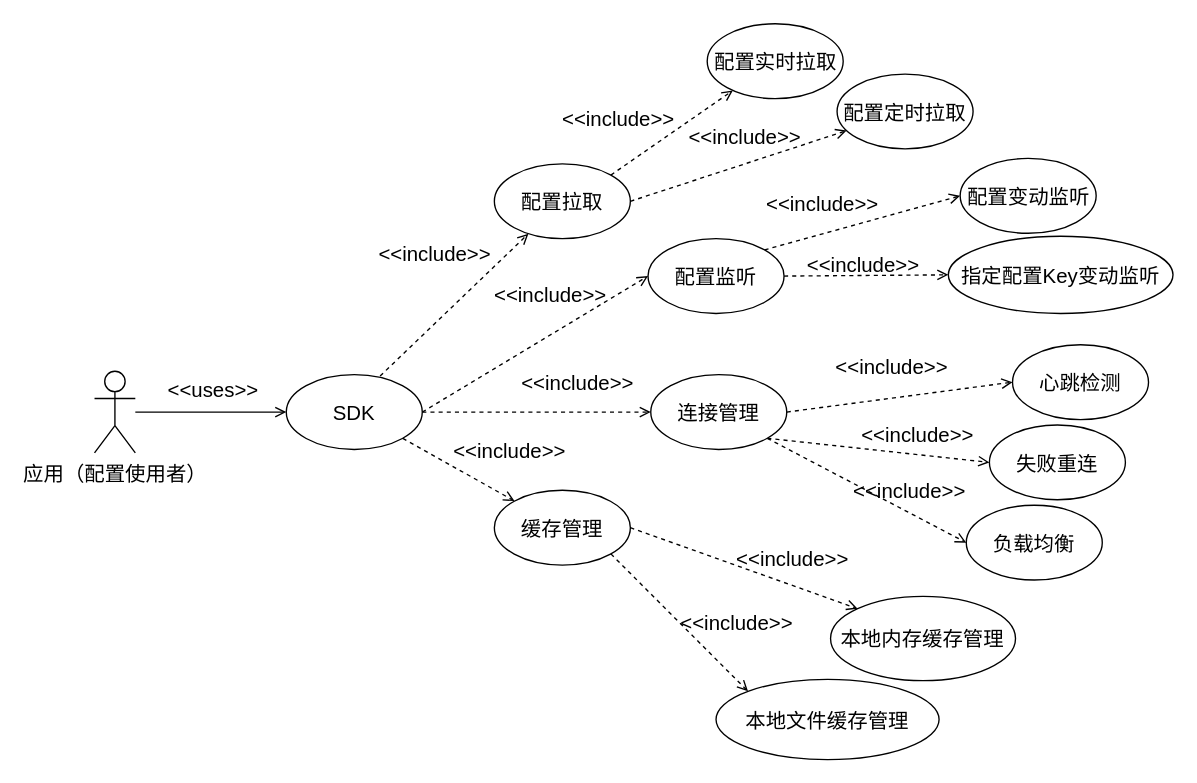
The draw.io diagram page "客户端 用例" (10 of 10) of 泳道图.drawio in WWj5921/ConfigCenter, before the edit. Source tidied: cells renumbered, new cells numbered last; positions are measured from the earlier drawing's top-left corner, leaving out a move shared by most shapes. Both pictures are drawn from the tidied source at 136%, with x=0, y=0 at pixel (94, 23).
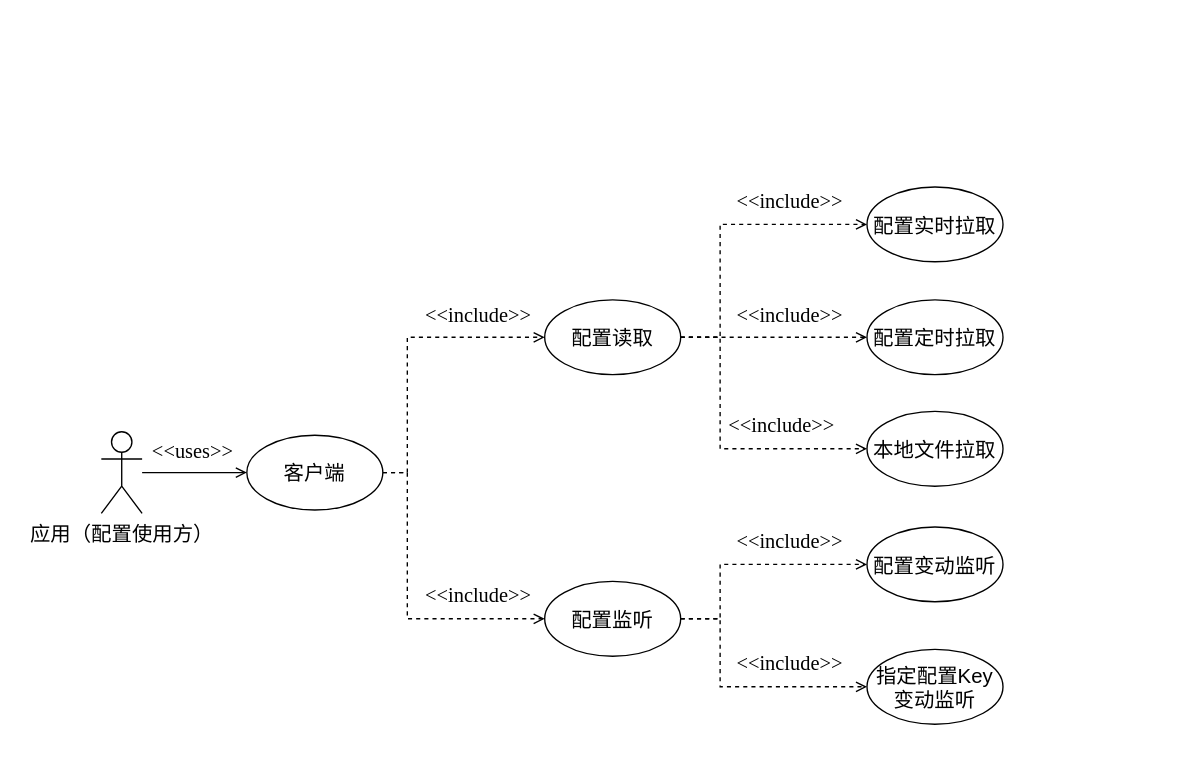
After the change.

The edit, as a diff of the source:
```diff
@@
-    <mxCell id="2" style="edgeStyle=none;rounded=0;jettySize=auto;html=1;entryX=0;entryY=0.5;entryDx=0;entryDy=0;fontSize=15;startArrow=none;startFill=0;endArrow=open;endFill=0;endSize=6;strokeWidth=1;" parent="1" edge="1" source="3" target="8">
+    <mxCell id="2" style="edgeStyle=none;rounded=0;jettySize=auto;html=1;entryX=0;entryY=0.5;entryDx=0;entryDy=0;fontSize=15;startArrow=none;startFill=0;endArrow=open;endFill=0;endSize=6;strokeWidth=1;fontFamily=华文宋体;" parent="1" edge="1" source="3" target="8">
       <mxGeometry relative="1" as="geometry" />
     </mxCell>
-    <mxCell id="3" value="应用（配置使用者）" style="shape=umlActor;verticalLabelPosition=bottom;verticalAlign=top;html=1;fontSize=15;fontColor=#000000;" parent="1" vertex="1">
-      <mxGeometry y="255.5" width="30" height="60" as="geometry" />
+    <mxCell id="3" value="应用（配置使用方）" style="shape=umlActor;verticalLabelPosition=bottom;verticalAlign=top;html=1;fontSize=15;fontColor=#000000;fontFamily=华文宋体;" parent="1" vertex="1">
+      <mxGeometry x="5" y="300" width="30" height="60" as="geometry" />
     </mxCell>
-    <mxCell id="4" style="rounded=0;jettySize=auto;html=1;exitX=0.69;exitY=0.018;exitDx=0;exitDy=0;endArrow=open;endFill=0;dashed=1;exitPerimeter=0;fontSize=15;" parent="1" edge="1" source="8" target="12">
-      <mxGeometry relative="1" as="geometry" />
+    <mxCell id="4" style="edgeStyle=orthogonalEdgeStyle;rounded=0;jettySize=auto;html=1;exitX=1;exitY=0.5;exitDx=0;exitDy=0;entryX=0;entryY=0.5;entryDx=0;entryDy=0;dashed=1;fontFamily=华文宋体;fontSize=15;fontColor=none;endArrow=open;endFill=0;startSize=0;" parent="1" edge="1" source="8" target="12">
+      <mxGeometry relative="1" as="geometry">
+        <Array as="points">
+          <mxPoint x="230" y="330" />
+          <mxPoint x="230" y="231" />
+        </Array>
+      </mxGeometry>
     </mxCell>
-    <mxCell id="5" style="edgeStyle=none;rounded=0;jettySize=auto;html=1;exitX=1;exitY=0.5;exitDx=0;exitDy=0;entryX=0;entryY=0.5;entryDx=0;entryDy=0;dashed=1;endArrow=open;endFill=0;fontSize=15;" parent="1" edge="1" source="8" target="15">
-      <mxGeometry relative="1" as="geometry" />
+    <mxCell id="5" style="edgeStyle=orthogonalEdgeStyle;rounded=0;jettySize=auto;html=1;exitX=1;exitY=0.5;exitDx=0;exitDy=0;entryX=0;entryY=0.5;entryDx=0;entryDy=0;dashed=1;fontFamily=华文宋体;fontSize=15;fontColor=none;endArrow=open;endFill=0;startSize=0;" parent="1" edge="1" source="8" target="15">
+      <mxGeometry relative="1" as="geometry">
+        <Array as="points">
+          <mxPoint x="230" y="330" />
+          <mxPoint x="230" y="438" />
+        </Array>
+      </mxGeometry>
     </mxCell>
-    <mxCell id="6" style="edgeStyle=none;rounded=0;jettySize=auto;html=1;exitX=1;exitY=0.5;exitDx=0;exitDy=0;entryX=0;entryY=0.5;entryDx=0;entryDy=0;dashed=1;endArrow=open;endFill=0;fontSize=15;" parent="1" edge="1" source="8" target="19">
-      <mxGeometry relative="1" as="geometry" />
-    </mxCell>
-    <mxCell id="7" style="edgeStyle=none;rounded=0;jettySize=auto;html=1;exitX=1;exitY=1;exitDx=0;exitDy=0;dashed=1;endArrow=open;endFill=0;fontSize=15;" parent="1" edge="1" source="8" target="22">
-      <mxGeometry relative="1" as="geometry" />
-    </mxCell>
-    <mxCell id="8" value="SDK" style="ellipse;whiteSpace=wrap;html=1;fontSize=15;" parent="1" vertex="1">
-      <mxGeometry x="141" y="258" width="100" height="55" as="geometry" />
+    <mxCell id="8" value="客户端" style="ellipse;whiteSpace=wrap;html=1;fontSize=15;fontFamily=华文宋体;" parent="1" vertex="1">
+      <mxGeometry x="112" y="302.5" width="100" height="55" as="geometry" />
     </mxCell>
-    <mxCell id="9" value="&amp;lt;&amp;lt;uses&amp;gt;&amp;gt;" style="text;html=1;align=center;verticalAlign=middle;strokeColor=none;fillColor=none;fontSize=15;" parent="1" vertex="1">
-      <mxGeometry x="48" y="258" width="77" height="22" as="geometry" />
+    <mxCell id="9" value="&lt;font face=&quot;Times New Roman&quot;&gt;&amp;lt;&amp;lt;uses&amp;gt;&amp;gt;&lt;/font&gt;" style="text;html=1;align=center;verticalAlign=middle;strokeColor=none;fillColor=none;fontSize=15;fontFamily=华文宋体;" parent="1" vertex="1">
+      <mxGeometry x="32" y="303.5" width="80" height="20" as="geometry" />
     </mxCell>
-    <mxCell id="10" style="edgeStyle=none;rounded=0;jettySize=auto;html=1;exitX=1;exitY=0;exitDx=0;exitDy=0;dashed=1;fontSize=15;startArrow=none;startFill=0;endArrow=open;endFill=0;endSize=6;strokeWidth=1;" parent="1" edge="1" source="12" target="27">
-      <mxGeometry relative="1" as="geometry" />
+    <mxCell id="10" style="edgeStyle=orthogonalEdgeStyle;rounded=0;jettySize=auto;html=1;exitX=1;exitY=0.5;exitDx=0;exitDy=0;entryX=0;entryY=0.5;entryDx=0;entryDy=0;dashed=1;fontFamily=华文宋体;fontSize=15;fontColor=none;endArrow=open;endFill=0;startSize=0;" parent="1" edge="1" source="12" target="27">
+      <mxGeometry relative="1" as="geometry">
+        <Array as="points">
+          <mxPoint x="460" y="231" />
+          <mxPoint x="460" y="148" />
+        </Array>
+      </mxGeometry>
     </mxCell>
-    <mxCell id="11" style="edgeStyle=none;rounded=0;jettySize=auto;html=1;exitX=1;exitY=0.5;exitDx=0;exitDy=0;dashed=1;fontSize=15;startArrow=none;startFill=0;endArrow=open;endFill=0;endSize=6;strokeWidth=1;" parent="1" edge="1" source="12" target="28">
+    <mxCell id="11" style="edgeStyle=orthogonalEdgeStyle;rounded=0;jettySize=auto;html=1;exitX=1;exitY=0.5;exitDx=0;exitDy=0;dashed=1;fontFamily=华文宋体;fontSize=15;fontColor=none;endArrow=open;endFill=0;startSize=0;" parent="1" edge="1" source="12" target="28">
       <mxGeometry relative="1" as="geometry" />
     </mxCell>
+    <mxCell id="45" style="edgeStyle=orthogonalEdgeStyle;rounded=0;jettySize=auto;html=1;exitX=1;exitY=0.5;exitDx=0;exitDy=0;entryX=0;entryY=0.5;entryDx=0;entryDy=0;dashed=1;fontFamily=华文宋体;fontSize=15;fontColor=none;endArrow=open;endFill=0;startSize=0;" parent="1" edge="1" source="12" target="46">
+      <mxGeometry relative="1" as="geometry">
+        <Array as="points">
+          <mxPoint x="460" y="231" />
+          <mxPoint x="460" y="313" />
+        </Array>
+      </mxGeometry>
+    </mxCell>
-    <mxCell id="12" value="配置拉取" style="ellipse;whiteSpace=wrap;html=1;fontSize=15;" parent="1" vertex="1">
-      <mxGeometry x="294" y="103" width="100" height="55" as="geometry" />
+    <mxCell id="12" value="配置读取" style="ellipse;whiteSpace=wrap;html=1;fontSize=15;fontFamily=华文宋体;" parent="1" vertex="1">
+      <mxGeometry x="331" y="203" width="100" height="55" as="geometry" />
     </mxCell>
-    <mxCell id="13" style="edgeStyle=none;rounded=0;jettySize=auto;html=1;exitX=1;exitY=0;exitDx=0;exitDy=0;entryX=0;entryY=0.5;entryDx=0;entryDy=0;dashed=1;fontSize=15;startArrow=none;startFill=0;endArrow=open;endFill=0;endSize=6;strokeWidth=1;" parent="1" edge="1" source="15" target="31">
-      <mxGeometry relative="1" as="geometry" />
+    <mxCell id="13" style="edgeStyle=orthogonalEdgeStyle;rounded=0;jettySize=auto;html=1;exitX=1;exitY=0.5;exitDx=0;exitDy=0;entryX=0;entryY=0.5;entryDx=0;entryDy=0;dashed=1;fontFamily=华文宋体;fontSize=15;fontColor=none;endArrow=open;endFill=0;startSize=0;" parent="1" edge="1" source="15" target="31">
+      <mxGeometry relative="1" as="geometry">
+        <Array as="points">
+          <mxPoint x="460" y="438" />
+          <mxPoint x="460" y="398" />
+        </Array>
+      </mxGeometry>
     </mxCell>
-    <mxCell id="14" style="edgeStyle=none;rounded=0;jettySize=auto;html=1;exitX=1;exitY=0.5;exitDx=0;exitDy=0;dashed=1;fontSize=15;startArrow=none;startFill=0;endArrow=open;endFill=0;endSize=6;strokeWidth=1;" parent="1" edge="1" source="15" target="32">
-      <mxGeometry relative="1" as="geometry" />
+    <mxCell id="14" style="edgeStyle=orthogonalEdgeStyle;rounded=0;jettySize=auto;html=1;exitX=1;exitY=0.5;exitDx=0;exitDy=0;entryX=0;entryY=0.5;entryDx=0;entryDy=0;dashed=1;fontFamily=华文宋体;fontSize=15;fontColor=none;endArrow=open;endFill=0;startSize=0;" parent="1" edge="1" source="15" target="32">
+      <mxGeometry relative="1" as="geometry">
+        <Array as="points">
+          <mxPoint x="460" y="438" />
+          <mxPoint x="460" y="488" />
+        </Array>
+      </mxGeometry>
     </mxCell>
-    <mxCell id="15" value="配置监听" style="ellipse;whiteSpace=wrap;html=1;fontSize=15;" parent="1" vertex="1">
-      <mxGeometry x="407" y="158" width="100" height="55" as="geometry" />
+    <mxCell id="15" value="配置监听" style="ellipse;whiteSpace=wrap;html=1;fontSize=15;fontFamily=华文宋体;" parent="1" vertex="1">
+      <mxGeometry x="331" y="410" width="100" height="55" as="geometry" />
     </mxCell>
-    <mxCell id="16" style="edgeStyle=none;rounded=0;jettySize=auto;html=1;exitX=1;exitY=0.5;exitDx=0;exitDy=0;entryX=0;entryY=0.5;entryDx=0;entryDy=0;dashed=1;fontSize=15;startArrow=none;startFill=0;endArrow=open;endFill=0;endSize=6;strokeWidth=1;" parent="1" edge="1" source="19" target="35">
-      <mxGeometry relative="1" as="geometry" />
-    </mxCell>
-    <mxCell id="17" style="edgeStyle=none;rounded=0;jettySize=auto;html=1;exitX=1;exitY=1;exitDx=0;exitDy=0;entryX=0;entryY=0.5;entryDx=0;entryDy=0;dashed=1;fontSize=15;startArrow=none;startFill=0;endArrow=open;endFill=0;endSize=6;strokeWidth=1;" parent="1" edge="1" source="19" target="37">
-      <mxGeometry relative="1" as="geometry" />
-    </mxCell>
-    <mxCell id="18" style="edgeStyle=none;rounded=0;jettySize=auto;html=1;exitX=1;exitY=1;exitDx=0;exitDy=0;entryX=0;entryY=0.5;entryDx=0;entryDy=0;dashed=1;fontSize=15;startArrow=none;startFill=0;endArrow=open;endFill=0;endSize=6;strokeWidth=1;" parent="1" edge="1" source="19" target="36">
-      <mxGeometry relative="1" as="geometry" />
-    </mxCell>
-    <mxCell id="19" value="连接管理" style="ellipse;whiteSpace=wrap;html=1;fontSize=15;" parent="1" vertex="1">
-      <mxGeometry x="409" y="258" width="100" height="55" as="geometry" />
-    </mxCell>
-    <mxCell id="20" style="edgeStyle=none;rounded=0;jettySize=auto;html=1;exitX=1;exitY=0.5;exitDx=0;exitDy=0;entryX=0;entryY=0;entryDx=0;entryDy=0;dashed=1;fontSize=15;startArrow=none;startFill=0;endArrow=open;endFill=0;endSize=6;strokeWidth=1;" parent="1" edge="1" source="22" target="41">
-      <mxGeometry relative="1" as="geometry" />
-    </mxCell>
-    <mxCell id="21" style="edgeStyle=none;rounded=0;jettySize=auto;html=1;exitX=1;exitY=1;exitDx=0;exitDy=0;entryX=0;entryY=0;entryDx=0;entryDy=0;dashed=1;fontSize=15;startArrow=none;startFill=0;endArrow=open;endFill=0;endSize=6;strokeWidth=1;" parent="1" edge="1" source="22" target="42">
-      <mxGeometry relative="1" as="geometry" />
-    </mxCell>
-    <mxCell id="22" value="缓存管理" style="ellipse;whiteSpace=wrap;html=1;fontSize=15;" parent="1" vertex="1">
-      <mxGeometry x="294" y="343" width="100" height="55" as="geometry" />
-    </mxCell>
-    <mxCell id="23" value="&amp;lt;&amp;lt;include&amp;gt;&amp;gt;" style="text;html=1;align=center;verticalAlign=middle;strokeColor=none;fillColor=none;fontSize=15;" parent="1" vertex="1">
-      <mxGeometry x="203" y="158" width="93" height="22" as="geometry" />
+    <mxCell id="23" value="&amp;lt;&amp;lt;include&amp;gt;&amp;gt;" style="text;html=1;align=center;verticalAlign=middle;strokeColor=none;fillColor=none;fontSize=15;fontFamily=Times New Roman;" parent="1" vertex="1">
+      <mxGeometry x="237" y="410" width="90" height="20" as="geometry" />
     </mxCell>
-    <mxCell id="24" value="&amp;lt;&amp;lt;include&amp;gt;&amp;gt;" style="text;html=1;align=center;verticalAlign=middle;strokeColor=none;fillColor=none;fontSize=15;" parent="1" vertex="1">
-      <mxGeometry x="308" y="253" width="93" height="22" as="geometry" />
-    </mxCell>
-    <mxCell id="25" value="&amp;lt;&amp;lt;include&amp;gt;&amp;gt;" style="text;html=1;align=center;verticalAlign=middle;strokeColor=none;fillColor=none;fontSize=15;" parent="1" vertex="1">
-      <mxGeometry x="288" y="188" width="93" height="22" as="geometry" />
-    </mxCell>
-    <mxCell id="26" value="&amp;lt;&amp;lt;include&amp;gt;&amp;gt;" style="text;html=1;align=center;verticalAlign=middle;strokeColor=none;fillColor=none;fontSize=15;" parent="1" vertex="1">
-      <mxGeometry x="258" y="303" width="93" height="22" as="geometry" />
-    </mxCell>
-    <mxCell id="27" value="配置实时拉取" style="ellipse;whiteSpace=wrap;html=1;fontSize=15;" parent="1" vertex="1">
-      <mxGeometry x="450.5" width="100" height="55" as="geometry" />
+    <mxCell id="27" value="配置实时拉取" style="ellipse;whiteSpace=wrap;html=1;fontSize=15;fontFamily=华文宋体;" parent="1" vertex="1">
+      <mxGeometry x="568" y="120" width="100" height="55" as="geometry" />
     </mxCell>
-    <mxCell id="28" value="配置定时拉取" style="ellipse;whiteSpace=wrap;html=1;fontSize=15;" parent="1" vertex="1">
-      <mxGeometry x="546" y="37" width="100" height="55" as="geometry" />
+    <mxCell id="28" value="配置定时拉取" style="ellipse;whiteSpace=wrap;html=1;fontSize=15;fontFamily=华文宋体;" parent="1" vertex="1">
+      <mxGeometry x="568" y="203" width="100" height="55" as="geometry" />
     </mxCell>
-    <mxCell id="29" value="&amp;lt;&amp;lt;include&amp;gt;&amp;gt;" style="text;html=1;align=center;verticalAlign=middle;strokeColor=none;fillColor=none;fontSize=15;" parent="1" vertex="1">
-      <mxGeometry x="338" y="59" width="93" height="22" as="geometry" />
-    </mxCell>
-    <mxCell id="30" value="&amp;lt;&amp;lt;include&amp;gt;&amp;gt;" style="text;html=1;align=center;verticalAlign=middle;strokeColor=none;fillColor=none;fontSize=15;" parent="1" vertex="1">
-      <mxGeometry x="431" y="72" width="93" height="22" as="geometry" />
-    </mxCell>
-    <mxCell id="31" value="配置变动监听" style="ellipse;whiteSpace=wrap;html=1;fontSize=15;" parent="1" vertex="1">
-      <mxGeometry x="636.5" y="99" width="100" height="55" as="geometry" />
+    <mxCell id="31" value="配置变动监听" style="ellipse;whiteSpace=wrap;html=1;fontSize=15;fontFamily=华文宋体;" parent="1" vertex="1">
+      <mxGeometry x="568" y="370" width="100" height="55" as="geometry" />
     </mxCell>
+    <mxCell id="33" value="&amp;lt;&amp;lt;include&amp;gt;&amp;gt;" style="text;html=1;align=center;verticalAlign=middle;strokeColor=none;fillColor=none;fontSize=15;fontFamily=Times New Roman;" parent="1" vertex="1">
+      <mxGeometry x="237" y="204" width="90" height="20" as="geometry" />
+    </mxCell>
+    <mxCell id="46" value="本地文件拉取" style="ellipse;whiteSpace=wrap;html=1;fontSize=15;fontFamily=华文宋体;" parent="1" vertex="1">
+      <mxGeometry x="568" y="285" width="100" height="55" as="geometry" />
+    </mxCell>
-    <mxCell id="32" value="指定配置Key变动监听" style="ellipse;whiteSpace=wrap;html=1;fontSize=15;" parent="1" vertex="1">
-      <mxGeometry x="627.8" y="156.2" width="165.2" height="56.8" as="geometry" />
+    <mxCell id="32" value="指定配置Key变动监听" style="ellipse;whiteSpace=wrap;html=1;fontSize=15;fontFamily=华文宋体;" parent="1" vertex="1">
+      <mxGeometry x="568" y="460" width="100" height="55" as="geometry" />
     </mxCell>
-    <mxCell id="33" value="&amp;lt;&amp;lt;include&amp;gt;&amp;gt;" style="text;html=1;align=center;verticalAlign=middle;strokeColor=none;fillColor=none;fontSize=15;" parent="1" vertex="1">
-      <mxGeometry x="488" y="120.5" width="93" height="22" as="geometry" />
-    </mxCell>
-    <mxCell id="34" value="&amp;lt;&amp;lt;include&amp;gt;&amp;gt;" style="text;html=1;align=center;verticalAlign=middle;strokeColor=none;fillColor=none;fontSize=15;" parent="1" vertex="1">
-      <mxGeometry x="518" y="165.5" width="93" height="22" as="geometry" />
-    </mxCell>
-    <mxCell id="35" value="心跳检测" style="ellipse;whiteSpace=wrap;html=1;fontSize=15;" parent="1" vertex="1">
-      <mxGeometry x="675" y="236" width="100" height="55" as="geometry" />
-    </mxCell>
-    <mxCell id="36" value="负载均衡" style="ellipse;whiteSpace=wrap;html=1;fontSize=15;" parent="1" vertex="1">
-      <mxGeometry x="641" y="354" width="100" height="55" as="geometry" />
-    </mxCell>
-    <mxCell id="37" value="失败重连" style="ellipse;whiteSpace=wrap;html=1;fontSize=15;" parent="1" vertex="1">
-      <mxGeometry x="658" y="295" width="100" height="55" as="geometry" />
-    </mxCell>
-    <mxCell id="38" value="&amp;lt;&amp;lt;include&amp;gt;&amp;gt;" style="text;html=1;align=center;verticalAlign=middle;strokeColor=none;fillColor=none;fontSize=15;" parent="1" vertex="1">
-      <mxGeometry x="552" y="332" width="93" height="22" as="geometry" />
-    </mxCell>
-    <mxCell id="39" value="&amp;lt;&amp;lt;include&amp;gt;&amp;gt;" style="text;html=1;align=center;verticalAlign=middle;strokeColor=none;fillColor=none;fontSize=15;" parent="1" vertex="1">
-      <mxGeometry x="539" y="240.5" width="93" height="22" as="geometry" />
-    </mxCell>
-    <mxCell id="40" value="&amp;lt;&amp;lt;include&amp;gt;&amp;gt;" style="text;html=1;align=center;verticalAlign=middle;strokeColor=none;fillColor=none;fontSize=15;" parent="1" vertex="1">
-      <mxGeometry x="558" y="291" width="93" height="22" as="geometry" />
-    </mxCell>
-    <mxCell id="41" value="本地内存缓存管理" style="ellipse;whiteSpace=wrap;html=1;fontSize=15;" parent="1" vertex="1">
-      <mxGeometry x="541.2" y="421" width="136" height="62" as="geometry" />
-    </mxCell>
-    <mxCell id="42" value="本地文件缓存管理" style="ellipse;whiteSpace=wrap;html=1;fontSize=15;" parent="1" vertex="1">
-      <mxGeometry x="457" y="482" width="164" height="59" as="geometry" />
-    </mxCell>
-    <mxCell id="43" value="&amp;lt;&amp;lt;include&amp;gt;&amp;gt;" style="text;html=1;align=center;verticalAlign=middle;strokeColor=none;fillColor=none;fontSize=15;" parent="1" vertex="1">
-      <mxGeometry x="466" y="382" width="93" height="22" as="geometry" />
-    </mxCell>
-    <mxCell id="44" value="&amp;lt;&amp;lt;include&amp;gt;&amp;gt;" style="text;html=1;align=center;verticalAlign=middle;strokeColor=none;fillColor=none;fontSize=15;" parent="1" vertex="1">
-      <mxGeometry x="425" y="429" width="93" height="22" as="geometry" />
-    </mxCell>
+    <mxCell id="47" value="&amp;lt;&amp;lt;include&amp;gt;&amp;gt;" style="text;html=1;align=center;verticalAlign=middle;strokeColor=none;fillColor=none;fontSize=15;fontFamily=Times New Roman;" parent="1" vertex="1">
+      <mxGeometry x="466" y="120" width="90" height="20" as="geometry" />
+    </mxCell>
+    <mxCell id="48" value="&amp;lt;&amp;lt;include&amp;gt;&amp;gt;" style="text;html=1;align=center;verticalAlign=middle;strokeColor=none;fillColor=none;fontSize=15;fontFamily=Times New Roman;" parent="1" vertex="1">
+      <mxGeometry x="466" y="204" width="90" height="20" as="geometry" />
+    </mxCell>
+    <mxCell id="49" value="&amp;lt;&amp;lt;include&amp;gt;&amp;gt;" style="text;html=1;align=center;verticalAlign=middle;strokeColor=none;fillColor=none;fontSize=15;fontFamily=Times New Roman;" parent="1" vertex="1">
+      <mxGeometry x="460" y="285" width="90" height="20" as="geometry" />
+    </mxCell>
+    <mxCell id="50" value="&amp;lt;&amp;lt;include&amp;gt;&amp;gt;" style="text;html=1;align=center;verticalAlign=middle;strokeColor=none;fillColor=none;fontSize=15;fontFamily=Times New Roman;" parent="1" vertex="1">
+      <mxGeometry x="466" y="370" width="90" height="20" as="geometry" />
+    </mxCell>
+    <mxCell id="51" value="&amp;lt;&amp;lt;include&amp;gt;&amp;gt;" style="text;html=1;align=center;verticalAlign=middle;strokeColor=none;fillColor=none;fontSize=15;fontFamily=Times New Roman;" parent="1" vertex="1">
+      <mxGeometry x="466" y="460" width="90" height="20" as="geometry" />
+    </mxCell>
```
